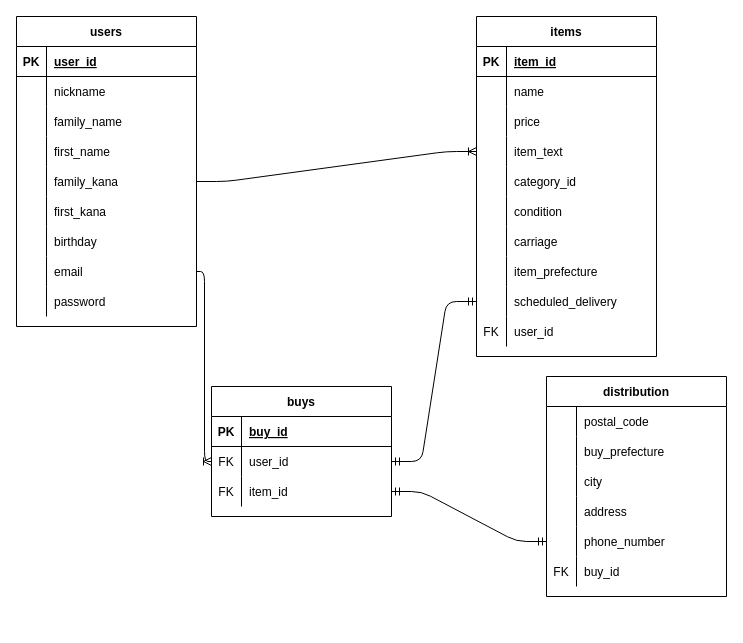
Earlier version of the draw.io diagram ER.dio (oda2020-oiso/furima-33049). Source tidied: cells renumbered, new cells numbered last; positions are measured from the earlier drawing's top-left corner, leaving out a move shared by most shapes. Both pictures are drawn from the tidied source at 100%, with x=0, y=0 at pixel (16, 16).
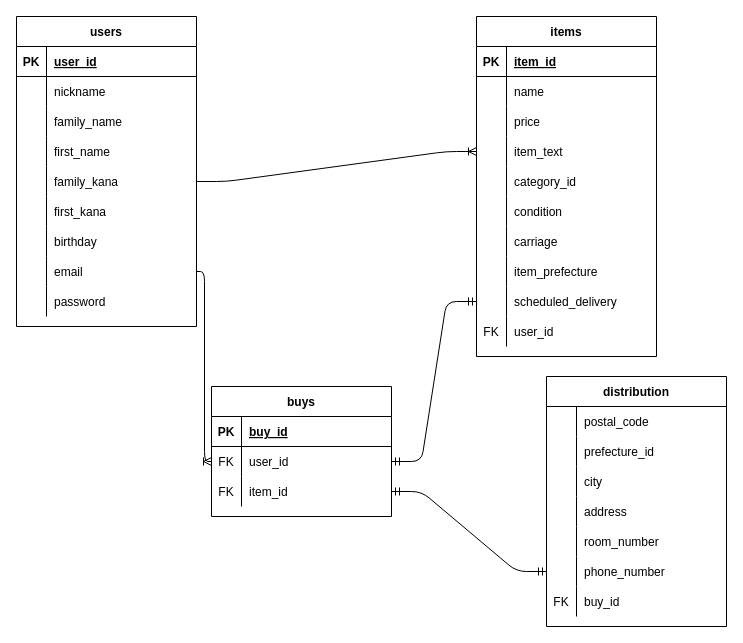
The same page after the edit.

Commit message (it also covers changes not shown here):
データベース設計訂正２回目

Unchanged cells that the change refers to:
```xml
<mxCell id="76" style="shape=partialRectangle;fillColor=none;top=0;left=0;bottom=0;right=0;" parent="72" vertex="1">
  <mxGeometry y="60" width="180" height="30" as="geometry" />
</mxCell>
```

Change to the diagram source:
```diff
@@
     <mxCell id="72" value="distribution" style="shape=table;startSize=30;childLayout=tableLayout;rowLines=0;fontStyle=1;align=center;" parent="1" vertex="1">
-      <mxGeometry x="530" y="360" width="180" height="220" as="geometry" />
+      <mxGeometry x="530" y="360" width="180" height="250" as="geometry" />
     </mxCell>
@@
-    <mxCell id="78" value="buy_prefecture" style="shape=partialRectangle;fillColor=none;top=0;left=0;bottom=0;right=0;align=left;spacingLeft=6;overflow=hidden;" parent="76" vertex="1">
+    <mxCell id="78" value="prefecture_id" style="shape=partialRectangle;fillColor=none;top=0;left=0;bottom=0;right=0;align=left;spacingLeft=6;overflow=hidden;" parent="76" vertex="1">
       <mxGeometry x="30" width="150" height="30" as="geometry" />
     </mxCell>
@@
+    <mxCell id="94" style="shape=partialRectangle;fillColor=none;top=0;left=0;bottom=0;right=0;" parent="72" vertex="1">
+      <mxGeometry y="150" width="180" height="30" as="geometry" />
+    </mxCell>
+    <mxCell id="95" style="shape=partialRectangle;fillColor=none;top=0;left=0;bottom=0;right=0;overflow=hidden;" parent="94" vertex="1">
+      <mxGeometry width="30" height="30" as="geometry" />
+    </mxCell>
+    <mxCell id="96" value="room_number" style="shape=partialRectangle;fillColor=none;top=0;left=0;bottom=0;right=0;align=left;spacingLeft=6;overflow=hidden;" parent="94" vertex="1">
+      <mxGeometry x="30" width="150" height="30" as="geometry" />
+    </mxCell>
     <mxCell id="85" style="shape=partialRectangle;fillColor=none;top=0;left=0;bottom=0;right=0;points=[[0,0.5],[1,0.5]];portConstraint=eastwest;" parent="72" vertex="1">
-      <mxGeometry y="150" width="180" height="30" as="geometry" />
+      <mxGeometry y="180" width="180" height="30" as="geometry" />
     </mxCell>
@@
     <mxCell id="88" style="shape=partialRectangle;fillColor=none;top=0;left=0;bottom=0;right=0;" parent="72" vertex="1">
-      <mxGeometry y="180" width="180" height="30" as="geometry" />
+      <mxGeometry y="210" width="180" height="30" as="geometry" />
     </mxCell>
```
